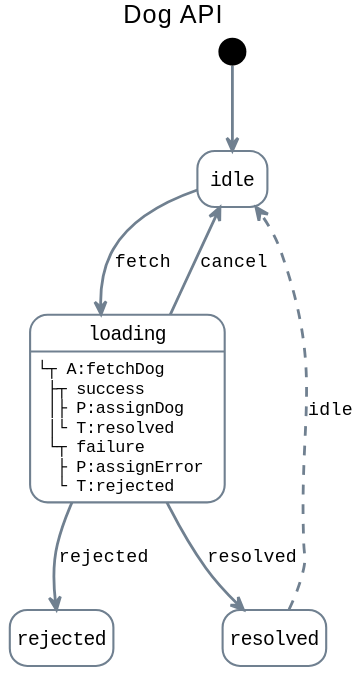
This is media/fetch-machine-diagram.svg from Masquerade-Circus/x-robot, a PlantUML export, as it was before one commit. The source it was exported from:
```plantuml
@startuml

title Dog API

state idle<<default>>
state loading<<default>>
state resolved<<default>>
state rejected<<default>>

loading: └┬ A:fetchDog\n ├┬ success\n │├ P:assignDog\n │└ T:resolved\n └┬ failure\n  ├ P:assignError\n  └ T:rejected

[*] --> idle
idle -[#slategray]-> loading: fetch
loading -[#slategray]-> resolved: resolved
loading -[#slategray]-> rejected: rejected
loading -[#slategray]-> idle: cancel
resolved -[#slategray,dashed]-> idle: idle

hide empty description
skinparam backgroundColor white
skinparam shadowing false
skinparam note {
  BackgroundColor white
  BorderColor slategray
  FontName monospaced
}
skinparam ArrowFontName monospaced
skinparam state {
  FontName monospaced
  AttributeFontName monospaced
  BackgroundColor white
  BorderColor slategray
  ArrowColor slategray
  ArrowThickness 2
  MessageAlignment left
  BackgroundColor<<danger>> Implementation
  BorderColor<<danger>> indianred
  BackgroundColor<<info>> Application
  BorderColor<<info>> skyblue
  BackgroundColor<<warning>> Strategy
  BorderColor<<warning>> tan
  BackgroundColor<<success>> Technology
  BorderColor<<success>> mediumseagreen
  BackgroundColor<<primary>> Motivation
  BorderColor<<primary>> lightsteelblue
}
@enduml
```
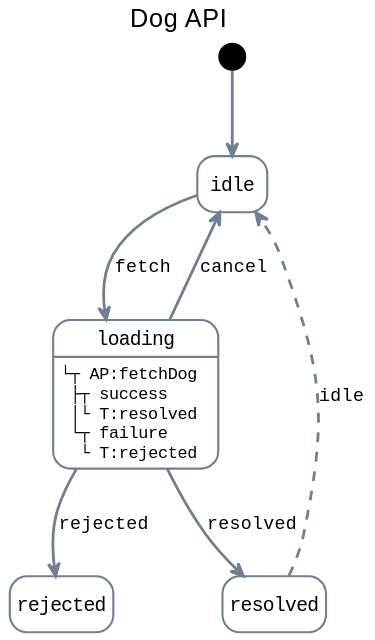
After the commit.

Diff of the diagram source:
```diff
@@ -7,7 +7,7 @@
 state resolved<<default>>
 state rejected<<default>>
 
-loading: └┬ A:fetchDog\n ├┬ success\n │├ P:assignDog\n │└ T:resolved\n └┬ failure\n  ├ P:assignError\n  └ T:rejected
+loading: └┬ AP:fetchDog\n ├┬ success\n │└ T:resolved\n └┬ failure\n  └ T:rejected
 
 [*] --> idle
 idle -[#slategray]-> loading: fetch
```
